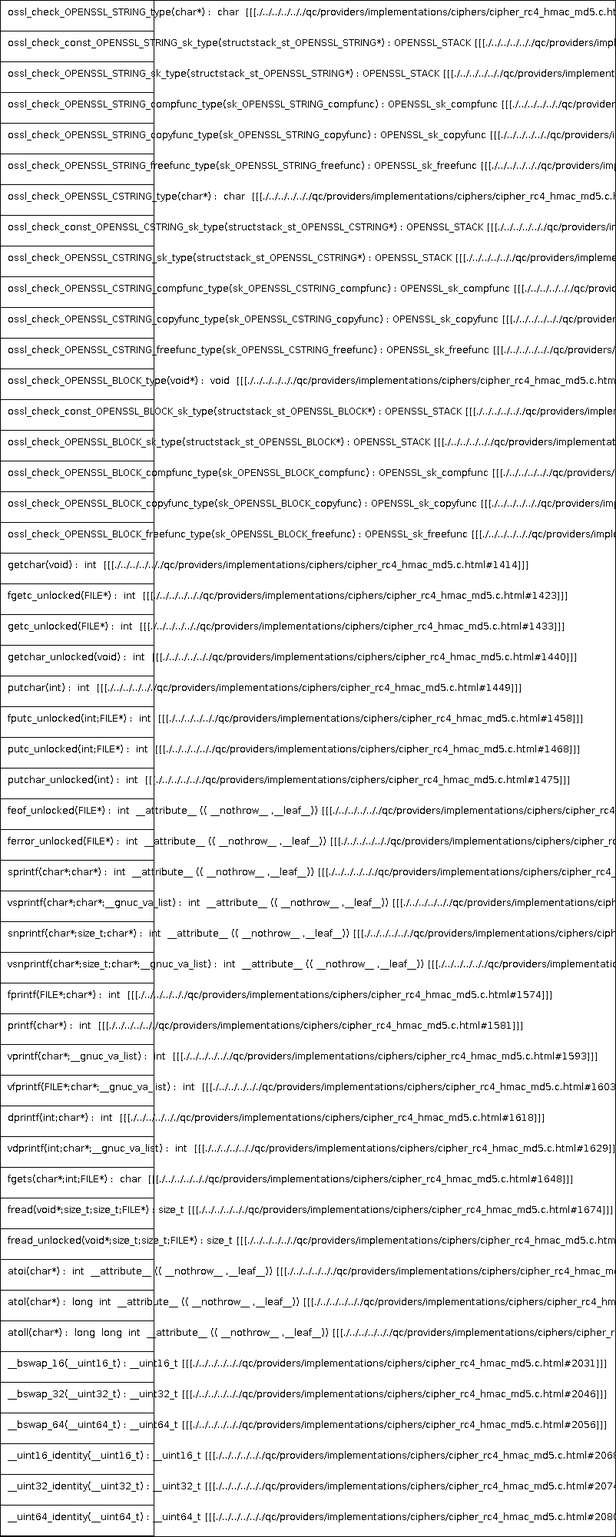
This is docs/qc/providers/implementations/ciphers/cipher_rc4_hmac_md5.c.png from qualitesys/openssl, a PlantUML export, as it was before one commit. Its source is kept beside it as docs/qc/providers/implementations/ciphers/cipher_rc4_hmac_md5.c.puml.
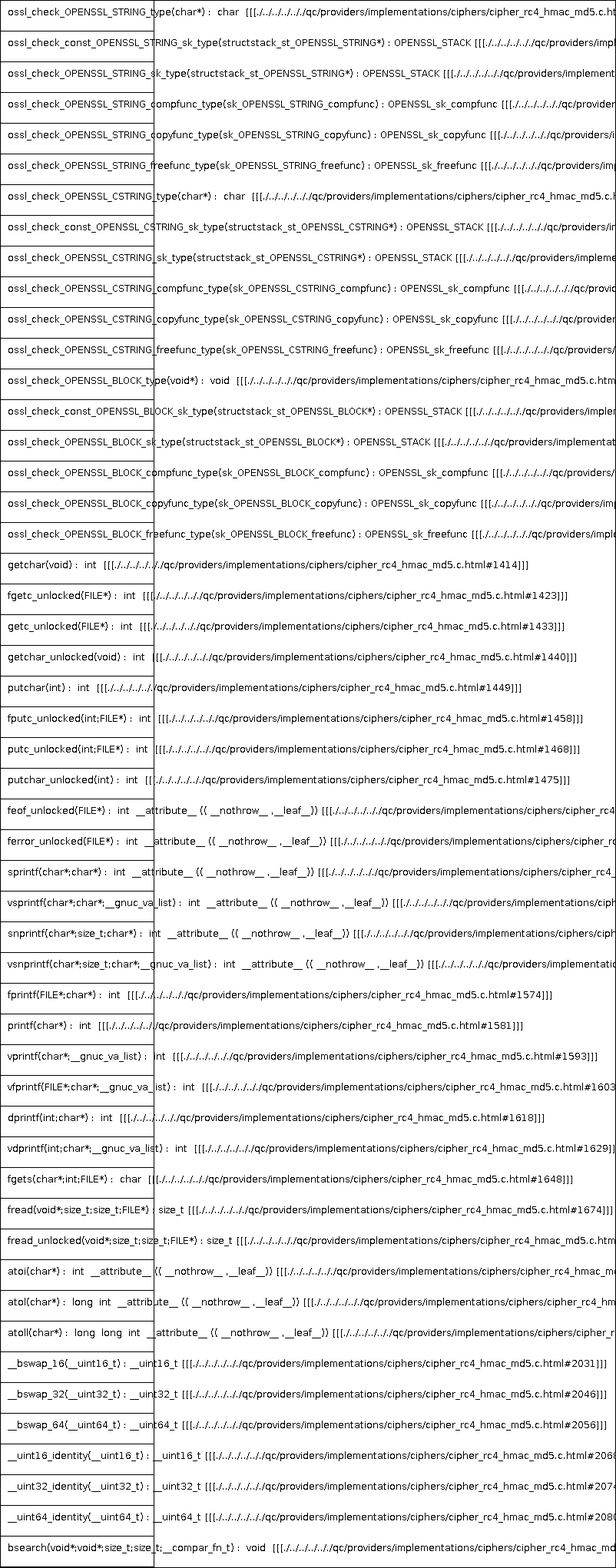
Later version of the same file.

Change to the diagram source:
```diff
@@ -51,5 +51,6 @@
 __uint16_identity(__uint16_t) : __uint16_t [[[./../../../.././qc/providers/implementations/ciphers/cipher_rc4_hmac_md5.c.html#2068]]]
 __uint32_identity(__uint32_t) : __uint32_t [[[./../../../.././qc/providers/implementations/ciphers/cipher_rc4_hmac_md5.c.html#2074]]]
 __uint64_identity(__uint64_t) : __uint64_t [[[./../../../.././qc/providers/implementations/ciphers/cipher_rc4_hmac_md5.c.html#2080]]]
+bsearch(void*;void*;size_t;size_t;__compar_fn_t) :  void  [[[./../../../.././qc/providers/implementations/ciphers/cipher_rc4_hmac_md5.c.html#2748]]]
 }
 @enduml
```
